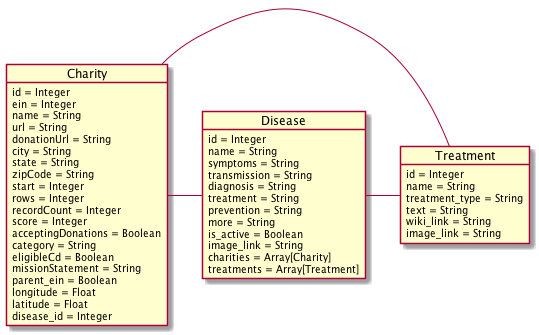
Above: UML/uml_diagram.png in beaudrychase/know-your-treatment (PlantUML), before the change.
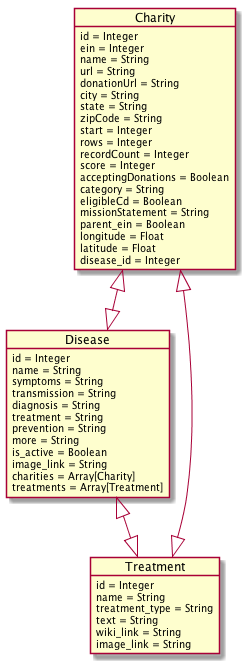
Later version of the same file.

Commit message:
added arrows to uml

The edit, as a diff of the source:
```diff
@@ -1,6 +1,6 @@
 @startuml
 Object Charity {
-	id = Integer
+    id = Integer
     ein = Integer
     name = String
     url = String
@@ -46,7 +46,7 @@
     image_link = String
 }
 
-Charity - Disease
-Disease - Treatment
-Charity - Treatment
+Charity <|--|> Disease
+Disease <|--|> Treatment
+Charity <|--|> Treatment
 @enduml
```
